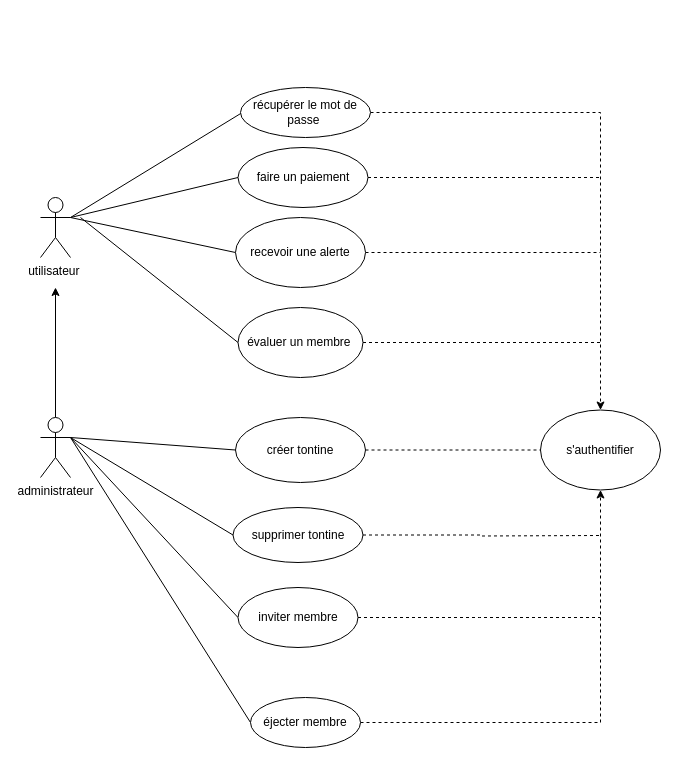
Earlier version of the draw.io diagram Diagramme sans nom.drawio (LaetyA/blockchain_tp1). Source tidied: cells renumbered, new cells numbered last; positions are measured from the earlier drawing's top-left corner, leaving out a move shared by most shapes. Both pictures are drawn from the tidied source at 100%, with x=0, y=0 at pixel (40, 87).
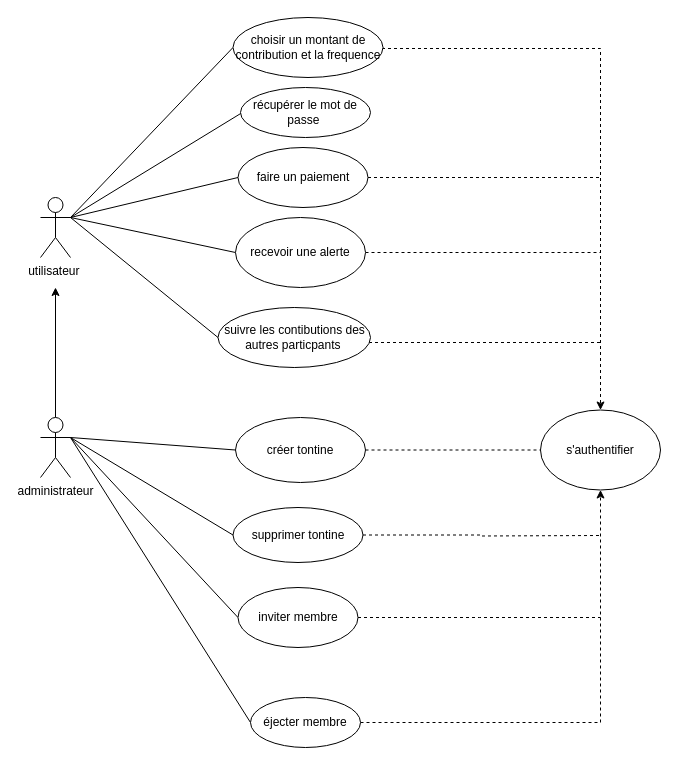
Above is the later version.

Commit message:
cu_tontine_app

The change refers to these unchanged cells:
```xml
<mxCell id="3" value="utilisateur&amp;nbsp;" style="shape=umlActor;verticalLabelPosition=bottom;verticalAlign=top;html=1;outlineConnect=0;" parent="1" vertex="1">
  <mxGeometry y="110" width="30" height="60" as="geometry" />
</mxCell>
<mxCell id="5" value="récupérer le mot de passe&amp;nbsp;" style="ellipse;whiteSpace=wrap;html=1;" parent="1" vertex="1">
  <mxGeometry x="200" width="130" height="50" as="geometry" />
</mxCell>
<mxCell id="29" value="s'authentifier" style="ellipse;whiteSpace=wrap;html=1;" parent="1" vertex="1">
  <mxGeometry x="500" y="322.5" width="120" height="80" as="geometry" />
</mxCell>
```

Change to the diagram source:
```diff
@@
+    <mxCell id="30" style="rounded=0;jettySize=auto;html=1;exitX=1;exitY=0.3333333333333333;exitDx=0;exitDy=0;exitPerimeter=0;entryX=0;entryY=0.5;entryDx=0;entryDy=0;endArrow=none;endFill=0;" parent="1" edge="1" source="3" target="31">
+      <mxGeometry relative="1" as="geometry" />
+    </mxCell>
@@
-    <mxCell id="4" style="edgeStyle=orthogonalEdgeStyle;rounded=0;jettySize=auto;html=1;exitX=1;exitY=0.5;exitDx=0;exitDy=0;entryX=0.5;entryY=0;entryDx=0;entryDy=0;dashed=1;" parent="1" edge="1" source="5" target="29">
-      <mxGeometry relative="1" as="geometry" />
+    <mxCell id="4" style="edgeStyle=orthogonalEdgeStyle;rounded=0;jettySize=auto;html=1;exitX=1;exitY=0.5;exitDx=0;exitDy=0;entryX=0.5;entryY=0;entryDx=0;entryDy=0;dashed=1;" parent="1" edge="1" target="29">
+      <mxGeometry relative="1" as="geometry">
+        <mxPoint x="342.5" y="-40" as="sourcePoint" />
+        <Array as="points">
+          <mxPoint x="343" y="-39" />
+          <mxPoint x="560" y="-39" />
+        </Array>
+      </mxGeometry>
     </mxCell>
@@
-    <mxCell id="12" style="rounded=0;jettySize=auto;html=1;exitX=0;exitY=0.5;exitDx=0;exitDy=0;endArrow=none;endFill=0;" parent="1" edge="1" source="14">
-      <mxGeometry relative="1" as="geometry">
-        <mxPoint x="40" y="130" as="targetPoint" />
-      </mxGeometry>
-    </mxCell>
-    <mxCell id="13" style="edgeStyle=orthogonalEdgeStyle;rounded=0;jettySize=auto;html=1;exitX=1;exitY=0.5;exitDx=0;exitDy=0;endArrow=none;endFill=0;dashed=1;" parent="1" edge="1" source="14">
+    <mxCell id="13" style="edgeStyle=orthogonalEdgeStyle;rounded=0;orthogonalLoop=1;jettySize=auto;html=1;exitX=1;exitY=0.5;exitDx=0;exitDy=0;endArrow=none;endFill=0;dashed=1;" parent="1" edge="1">
       <mxGeometry relative="1" as="geometry">
+        <mxPoint x="322.5" y="255" as="sourcePoint" />
         <mxPoint x="560" y="255" as="targetPoint" />
       </mxGeometry>
     </mxCell>
-    <mxCell id="14" value="évaluer un membre&amp;nbsp;" style="ellipse;whiteSpace=wrap;html=1;" parent="1" vertex="1">
-      <mxGeometry x="197.5" y="220" width="125" height="70" as="geometry" />
-    </mxCell>
@@
+    <mxCell id="31" value="choisir un montant de contribution et la frequence" style="ellipse;whiteSpace=wrap;html=1;" parent="1" vertex="1">
+      <mxGeometry x="192.5" y="-70" width="150" height="60" as="geometry" />
+    </mxCell>
+    <mxCell id="32" style="rounded=0;jettySize=auto;html=1;exitX=0;exitY=0.5;exitDx=0;exitDy=0;endArrow=none;endFill=0;" parent="1" edge="1" source="33">
+      <mxGeometry relative="1" as="geometry">
+        <mxPoint x="30" y="130" as="targetPoint" />
+      </mxGeometry>
+    </mxCell>
+    <mxCell id="33" value="suivre les contibutions des autres particpants&amp;nbsp;" style="ellipse;whiteSpace=wrap;html=1;" parent="1" vertex="1">
+      <mxGeometry x="177.5" y="220" width="152.5" height="60" as="geometry" />
+    </mxCell>
```
